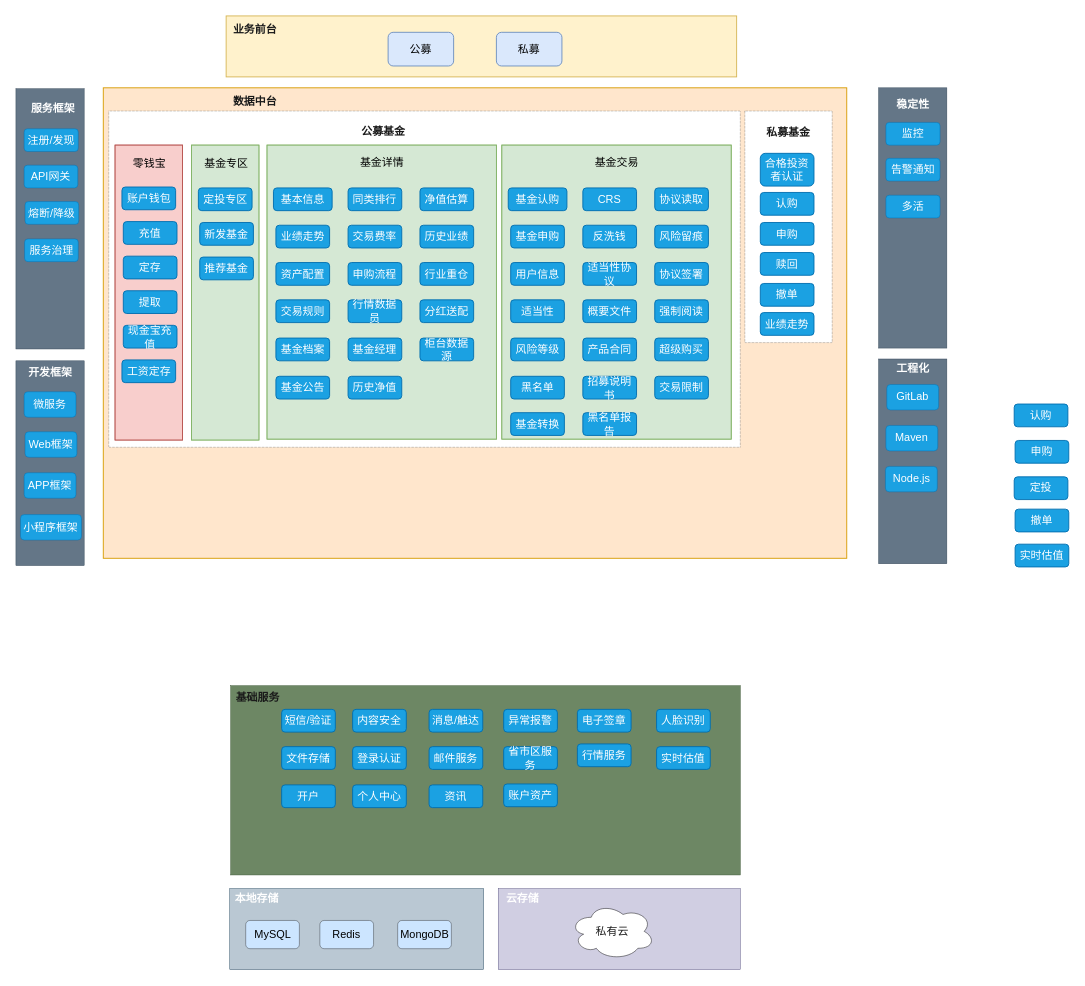
Earlier version of the draw.io diagram 微信财富公众号系统-总体架构.drawio (ammengke/my-drawio). Source tidied: cells renumbered, new cells numbered last; positions are measured from the earlier drawing's top-left corner, leaving out a move shared by most shapes. Both pictures are drawn from the tidied source at 91%, with x=0, y=0 at pixel (15, 15).
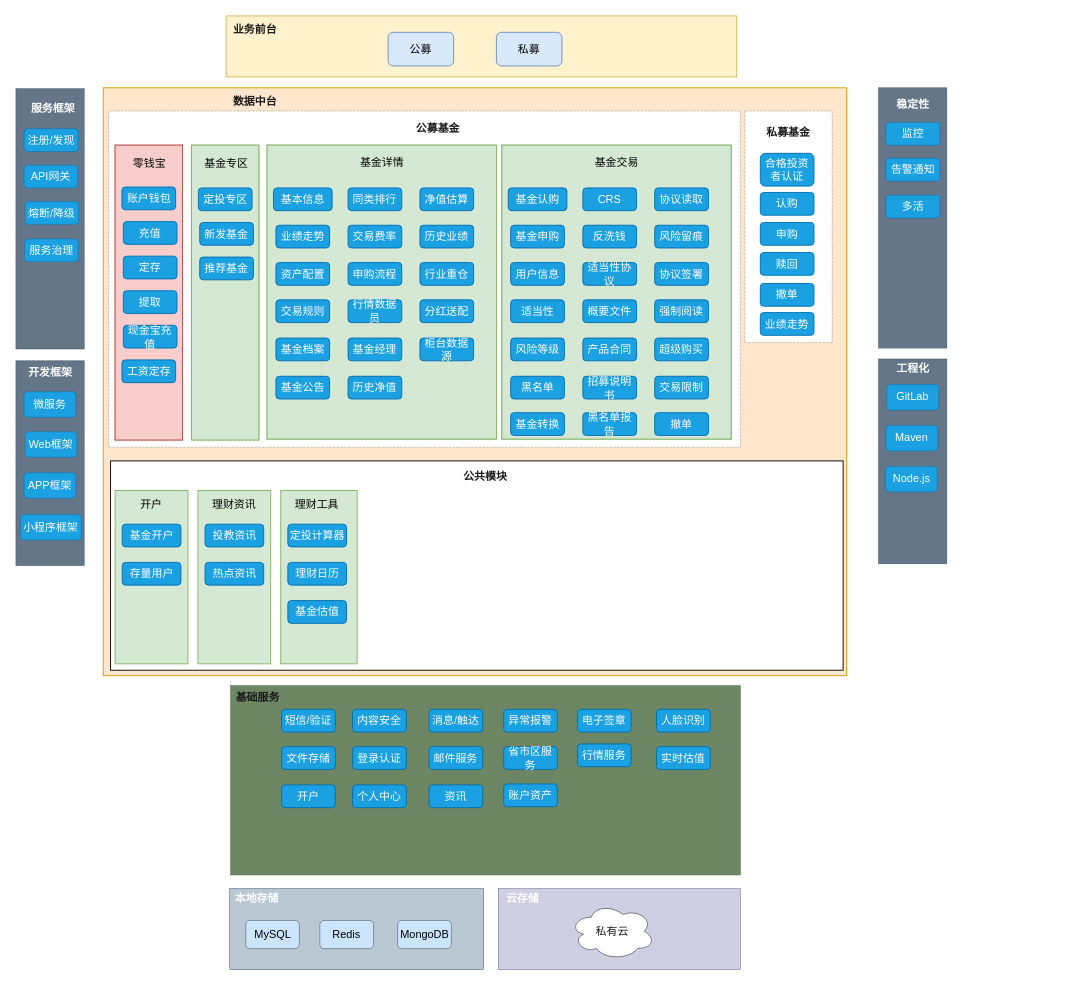
The same page after the edit.

Commit message (it also covers changes not shown here):
更新微信财富公众号系统-总体架构.drawio

The change refers to these unchanged cells:
```xml
<mxCell id="107" style="group;fillColor=#d5e8d4;strokeColor=#82b366;" parent="1" vertex="1">
  <mxGeometry x="534" y="142" width="252" height="323" as="geometry" />
</mxCell>
```

Diff of the diagram source:
```diff
@@
     <mxCell id="6" style="rounded=0;whiteSpace=wrap;html=1;fillColor=#ffe6cc;strokeColor=#d79b00;" parent="1" vertex="1">
-      <mxGeometry x="96" y="79" width="817" height="517" as="geometry" />
+      <mxGeometry x="96" y="79" width="817" height="646" as="geometry" />
     </mxCell>
@@
     <mxCell id="10" value="公募基金" style="text;html=1;strokeColor=none;fillColor=none;align=center;verticalAlign=middle;whiteSpace=wrap;rounded=0;dashed=1;dashPattern=1 2;fontColor=#1A1A1A;fontStyle=1;" parent="1" vertex="1">
-      <mxGeometry x="374" y="112" width="60" height="30" as="geometry" />
+      <mxGeometry x="434" y="109" width="60" height="30" as="geometry" />
     </mxCell>
@@
-    <mxCell id="12" value="认购" style="text;html=1;strokeColor=#006EAF;fillColor=#1ba1e2;align=center;verticalAlign=middle;whiteSpace=wrap;rounded=1;fontColor=#ffffff;" parent="1" vertex="1">
-      <mxGeometry x="1097" y="426.5" width="59" height="25" as="geometry" />
-    </mxCell>
-    <mxCell id="13" value="申购" style="text;html=1;strokeColor=#006EAF;fillColor=#1ba1e2;align=center;verticalAlign=middle;whiteSpace=wrap;rounded=1;fontColor=#ffffff;" parent="1" vertex="1">
-      <mxGeometry x="1098" y="466.5" width="59" height="25" as="geometry" />
-    </mxCell>
-    <mxCell id="14" value="定投" style="text;html=1;strokeColor=#006EAF;fillColor=#1ba1e2;align=center;verticalAlign=middle;whiteSpace=wrap;rounded=1;fontColor=#ffffff;" parent="1" vertex="1">
-      <mxGeometry x="1097" y="506.5" width="59" height="25" as="geometry" />
-    </mxCell>
-    <mxCell id="15" value="撤单" style="text;html=1;strokeColor=#006EAF;fillColor=#1ba1e2;align=center;verticalAlign=middle;whiteSpace=wrap;rounded=1;fontColor=#ffffff;" parent="1" vertex="1">
-      <mxGeometry x="1098" y="542" width="59" height="25" as="geometry" />
-    </mxCell>
-    <mxCell id="16" value="实时估值" style="text;html=1;strokeColor=#006EAF;fillColor=#1ba1e2;align=center;verticalAlign=middle;whiteSpace=wrap;rounded=1;fontColor=#ffffff;" parent="1" vertex="1">
-      <mxGeometry x="1098" y="580.5" width="59" height="25" as="geometry" />
-    </mxCell>
@@
+    <mxCell id="15" value="撤单" style="text;html=1;strokeColor=#006EAF;fillColor=#1ba1e2;align=center;verticalAlign=middle;whiteSpace=wrap;rounded=1;fontColor=#ffffff;" parent="107" vertex="1">
+      <mxGeometry x="168" y="294" width="59" height="25" as="geometry" />
+    </mxCell>
+    <mxCell id="130" style="rounded=0;whiteSpace=wrap;html=1;" parent="1" vertex="1">
+      <mxGeometry x="104" y="489" width="805" height="230" as="geometry" />
+    </mxCell>
+    <mxCell id="131" value="公共模块" style="text;html=1;strokeColor=none;fillColor=none;align=center;verticalAlign=middle;whiteSpace=wrap;rounded=0;dashed=1;dashPattern=1 2;fontColor=#1A1A1A;fontStyle=1;" parent="1" vertex="1">
+      <mxGeometry x="486" y="491.5" width="60" height="30" as="geometry" />
+    </mxCell>
+    <mxCell id="132" style="group;" parent="1" vertex="1">
+      <mxGeometry x="109" y="521.5" width="80" height="190.5" as="geometry" />
+    </mxCell>
+    <mxCell id="133" style="rounded=0;whiteSpace=wrap;html=1;fillColor=#d5e8d4;strokeColor=#82b366;" parent="132" vertex="1">
+      <mxGeometry width="80" height="190.5" as="geometry" />
+    </mxCell>
+    <mxCell id="134" value="开户" style="text;html=1;strokeColor=none;fillColor=none;align=center;verticalAlign=middle;whiteSpace=wrap;rounded=0;" parent="132" vertex="1">
+      <mxGeometry x="10" width="60" height="30" as="geometry" />
+    </mxCell>
+    <mxCell id="135" value="基金开户" style="text;html=1;strokeColor=#006EAF;fillColor=#1ba1e2;align=center;verticalAlign=middle;whiteSpace=wrap;rounded=1;fontColor=#ffffff;" parent="132" vertex="1">
+      <mxGeometry x="7.8" y="37" width="64.5" height="25" as="geometry" />
+    </mxCell>
+    <mxCell id="136" value="存量用户" style="text;html=1;strokeColor=#006EAF;fillColor=#1ba1e2;align=center;verticalAlign=middle;whiteSpace=wrap;rounded=1;fontColor=#ffffff;" parent="132" vertex="1">
+      <mxGeometry x="7.8" y="79" width="64.5" height="25" as="geometry" />
+    </mxCell>
+    <mxCell id="137" style="group;" parent="1" vertex="1">
+      <mxGeometry x="200" y="521.5" width="80" height="190.5" as="geometry" />
+    </mxCell>
+    <mxCell id="138" style="rounded=0;whiteSpace=wrap;html=1;fillColor=#d5e8d4;strokeColor=#82b366;" parent="137" vertex="1">
+      <mxGeometry width="80" height="190.5" as="geometry" />
+    </mxCell>
+    <mxCell id="139" value="理财资讯" style="text;html=1;strokeColor=none;fillColor=none;align=center;verticalAlign=middle;whiteSpace=wrap;rounded=0;" parent="137" vertex="1">
+      <mxGeometry x="10" width="60" height="30" as="geometry" />
+    </mxCell>
+    <mxCell id="140" value="投教资讯" style="text;html=1;strokeColor=#006EAF;fillColor=#1ba1e2;align=center;verticalAlign=middle;whiteSpace=wrap;rounded=1;fontColor=#ffffff;" parent="137" vertex="1">
+      <mxGeometry x="7.8" y="37" width="64.5" height="25" as="geometry" />
+    </mxCell>
+    <mxCell id="141" value="热点资讯" style="text;html=1;strokeColor=#006EAF;fillColor=#1ba1e2;align=center;verticalAlign=middle;whiteSpace=wrap;rounded=1;fontColor=#ffffff;" parent="137" vertex="1">
+      <mxGeometry x="7.8" y="79" width="64.5" height="25" as="geometry" />
+    </mxCell>
+    <mxCell id="142" style="group;" parent="1" vertex="1">
+      <mxGeometry x="291" y="521.5" width="84" height="190.5" as="geometry" />
+    </mxCell>
+    <mxCell id="143" style="rounded=0;whiteSpace=wrap;html=1;fillColor=#d5e8d4;strokeColor=#82b366;" parent="142" vertex="1">
+      <mxGeometry width="84" height="190.5" as="geometry" />
+    </mxCell>
+    <mxCell id="144" value="理财工具" style="text;html=1;strokeColor=none;fillColor=none;align=center;verticalAlign=middle;whiteSpace=wrap;rounded=0;" parent="142" vertex="1">
+      <mxGeometry x="10" width="60" height="30" as="geometry" />
+    </mxCell>
+    <mxCell id="145" value="定投计算器" style="text;html=1;strokeColor=#006EAF;fillColor=#1ba1e2;align=center;verticalAlign=middle;whiteSpace=wrap;rounded=1;fontColor=#ffffff;" parent="142" vertex="1">
+      <mxGeometry x="7.8" y="37" width="64.5" height="25" as="geometry" />
+    </mxCell>
+    <mxCell id="146" value="理财日历" style="text;html=1;strokeColor=#006EAF;fillColor=#1ba1e2;align=center;verticalAlign=middle;whiteSpace=wrap;rounded=1;fontColor=#ffffff;" parent="142" vertex="1">
+      <mxGeometry x="7.8" y="79" width="64.5" height="25" as="geometry" />
+    </mxCell>
+    <mxCell id="147" value="基金估值" style="text;html=1;strokeColor=#006EAF;fillColor=#1ba1e2;align=center;verticalAlign=middle;whiteSpace=wrap;rounded=1;fontColor=#ffffff;" parent="142" vertex="1">
+      <mxGeometry x="7.8" y="121" width="64.5" height="25" as="geometry" />
+    </mxCell>
```
